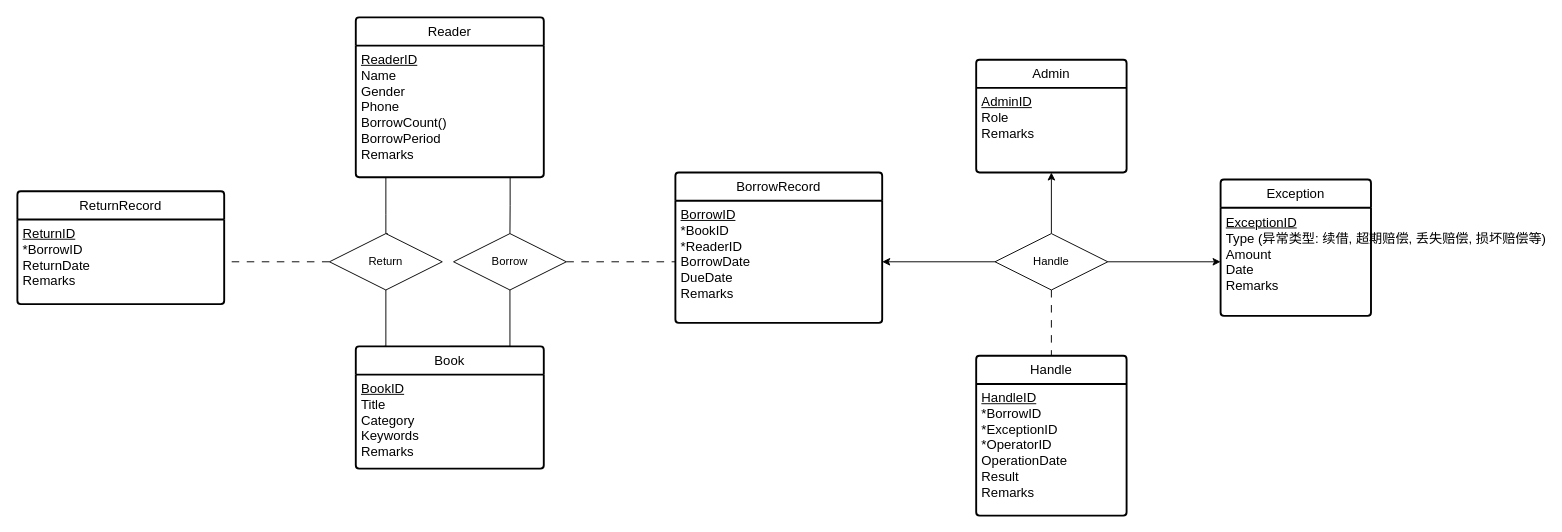
Earlier version of the draw.io diagram MyLearnings/Database/exp3_database_erd.drawio (ICONQUESTION/ICONQUESTION). Source tidied: cells renumbered, new cells numbered last; positions are measured from the earlier drawing's top-left corner, leaving out a move shared by most shapes. Both pictures are drawn from the tidied source at 94%, with x=0, y=0 at pixel (17, 17).
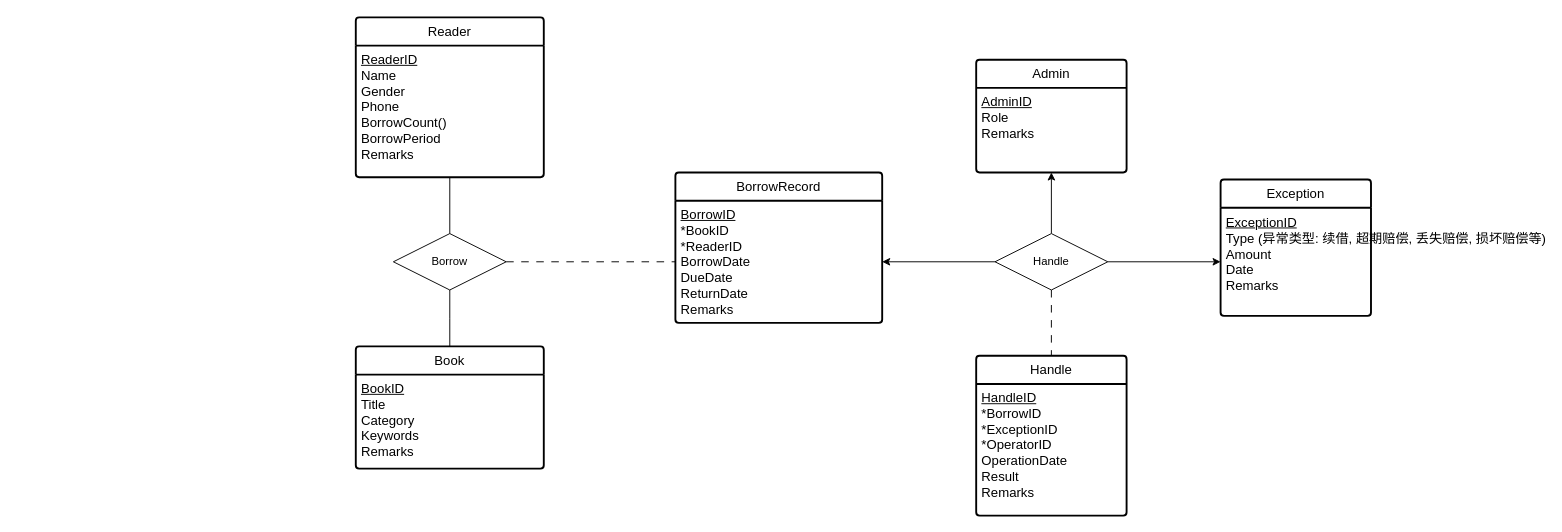
The same diagram, later.

The change refers to these unchanged cells:
```xml
<mxCell id="3" value="&lt;div&gt;&lt;span style=&quot;font-size: 14px;&quot;&gt;&lt;u&gt;ReaderID&lt;/u&gt;&lt;/span&gt;&lt;/div&gt;&lt;div&gt;&lt;span style=&quot;font-size: 14px;&quot;&gt;Name&lt;/span&gt;&lt;/div&gt;&lt;div&gt;&lt;span style=&quot;font-size: 14px;&quot;&gt;Gender&lt;/span&gt;&lt;/div&gt;&lt;div&gt;&lt;span style=&quot;font-size: 14px;&quot;&gt;Phone&lt;/span&gt;&lt;/div&gt;&lt;div&gt;&lt;span style=&quot;font-size: 14px;&quot;&gt;BorrowCount()&lt;/span&gt;&lt;/div&gt;&lt;div&gt;&lt;span style=&quot;font-size: 14px;&quot;&gt;BorrowPeriod&lt;/span&gt;&lt;/div&gt;&lt;div&gt;&lt;span style=&quot;font-size: 14px;&quot;&gt;Remarks&lt;/span&gt;&lt;/div&gt;" style="align=left;strokeColor=none;fillColor=none;spacingLeft=4;fontSize=12;verticalAlign=top;html=1;" parent="2" vertex="1">
  <mxGeometry y="30" width="200" height="140" as="geometry" />
</mxCell>
<mxCell id="9" value="Book" style="swimlane;horizontal=1;startSize=30;rounded=1;fontSize=14;fontStyle=0;strokeWidth=2;shadow=0;dashed=0;align=center;arcSize=4;whiteSpace=wrap;html=1;swimlaneLine=1;" parent="1" vertex="1">
  <mxGeometry x="360" y="350" width="200" height="130" as="geometry" />
</mxCell>
<mxCell id="11" value="BorrowRecord" style="swimlane;horizontal=1;startSize=30;rounded=1;fontSize=14;fontStyle=0;strokeWidth=2;shadow=0;dashed=0;align=center;arcSize=4;whiteSpace=wrap;html=1;" parent="1" vertex="1">
  <mxGeometry x="700" y="165" width="220" height="160" as="geometry" />
</mxCell>
```

Diff of the diagram source:
```diff
@@
     <mxCell id="4" style="edgeStyle=orthogonalEdgeStyle;rounded=0;jettySize=auto;html=1;exitX=0.5;exitY=1;exitDx=0;exitDy=0;entryX=0.5;entryY=0;entryDx=0;entryDy=0;endArrow=none;endFill=0;" parent="1" edge="1" source="7" target="9">
       <mxGeometry relative="1" as="geometry">
         <Array as="points">
-          <mxPoint x="524" y="350" />
+          <mxPoint x="460" y="320" />
+          <mxPoint x="460" y="320" />
         </Array>
       </mxGeometry>
     </mxCell>
@@
-    <mxCell id="6" style="edgeStyle=orthogonalEdgeStyle;rounded=0;jettySize=auto;html=1;endArrow=none;endFill=0;dashed=1;dashPattern=8 8;" parent="1" edge="1" source="19" target="14">
-      <mxGeometry relative="1" as="geometry" />
-    </mxCell>
     <mxCell id="7" value="Borrow" style="shape=rhombus;perimeter=rhombusPerimeter;whiteSpace=wrap;html=1;align=center;" parent="1" vertex="1">
-      <mxGeometry x="464" y="230" width="120" height="60" as="geometry" />
+      <mxGeometry x="400" y="230" width="120" height="60" as="geometry" />
     </mxCell>
-    <mxCell id="8" style="edgeStyle=orthogonalEdgeStyle;rounded=0;jettySize=auto;html=1;endArrow=none;endFill=0;exitX=0.821;exitY=0.999;exitDx=0;exitDy=0;exitPerimeter=0;" parent="1" edge="1" source="3" target="7">
+    <mxCell id="8" style="edgeStyle=orthogonalEdgeStyle;rounded=0;jettySize=auto;html=1;endArrow=none;endFill=0;exitX=0.5;exitY=1;exitDx=0;exitDy=0;" parent="1" edge="1" source="3" target="7">
       <mxGeometry relative="1" as="geometry" />
     </mxCell>
@@
-    <mxCell id="12" value="&lt;div&gt;&lt;div&gt;&lt;span style=&quot;font-size: 14px;&quot;&gt;&lt;u&gt;BorrowID&lt;/u&gt;&lt;/span&gt;&lt;/div&gt;&lt;div&gt;&lt;span style=&quot;font-size: 14px;&quot;&gt;*BookID&lt;/span&gt;&lt;/div&gt;&lt;div&gt;&lt;span style=&quot;font-size: 14px;&quot;&gt;*ReaderID&lt;/span&gt;&lt;/div&gt;&lt;div&gt;&lt;span style=&quot;font-size: 14px;&quot;&gt;BorrowDate&lt;/span&gt;&lt;/div&gt;&lt;div&gt;&lt;span style=&quot;font-size: 14px;&quot;&gt;DueDate&lt;/span&gt;&lt;/div&gt;&lt;div&gt;&lt;span style=&quot;font-size: 14px;&quot;&gt;Remarks&lt;/span&gt;&lt;/div&gt;&lt;/div&gt;" style="align=left;strokeColor=none;fillColor=none;spacingLeft=4;fontSize=12;verticalAlign=top;html=1;" parent="11" vertex="1">
+    <mxCell id="12" value="&lt;div&gt;&lt;div&gt;&lt;span style=&quot;font-size: 14px;&quot;&gt;&lt;u&gt;BorrowID&lt;/u&gt;&lt;/span&gt;&lt;/div&gt;&lt;div&gt;&lt;span style=&quot;font-size: 14px;&quot;&gt;*BookID&lt;/span&gt;&lt;/div&gt;&lt;div&gt;&lt;span style=&quot;font-size: 14px;&quot;&gt;*ReaderID&lt;/span&gt;&lt;/div&gt;&lt;div&gt;&lt;span style=&quot;font-size: 14px;&quot;&gt;BorrowDate&lt;/span&gt;&lt;/div&gt;&lt;div&gt;&lt;span style=&quot;font-size: 14px;&quot;&gt;DueDate&lt;/span&gt;&lt;/div&gt;&lt;div&gt;&lt;div&gt;&lt;span style=&quot;font-size: 14px;&quot;&gt;ReturnDate&lt;/span&gt;&lt;/div&gt;&lt;/div&gt;&lt;div&gt;&lt;span style=&quot;font-size: 14px;&quot;&gt;Remarks&lt;/span&gt;&lt;/div&gt;&lt;/div&gt;" style="align=left;strokeColor=none;fillColor=none;spacingLeft=4;fontSize=12;verticalAlign=top;html=1;" parent="11" vertex="1">
       <mxGeometry y="30" width="220" height="130" as="geometry" />
     </mxCell>
-    <mxCell id="13" value="ReturnRecord" style="swimlane;horizontal=1;startSize=30;rounded=1;fontSize=14;fontStyle=0;strokeWidth=2;shadow=0;dashed=0;align=center;arcSize=4;whiteSpace=wrap;html=1;" parent="1" vertex="1">
-      <mxGeometry y="185" width="220" height="120" as="geometry" />
-    </mxCell>
-    <mxCell id="14" value="&lt;div&gt;&lt;span style=&quot;font-size: 14px;&quot;&gt;&lt;u&gt;ReturnID&lt;/u&gt;&lt;/span&gt;&lt;/div&gt;&lt;div&gt;&lt;span style=&quot;font-size: 14px;&quot;&gt;*BorrowID&lt;/span&gt;&lt;/div&gt;&lt;div&gt;&lt;span style=&quot;font-size: 14px;&quot;&gt;ReturnDate&lt;/span&gt;&lt;/div&gt;&lt;div&gt;&lt;span style=&quot;font-size: 14px;&quot;&gt;Remarks&lt;/span&gt;&lt;/div&gt;&lt;div&gt;&lt;br&gt;&lt;/div&gt;" style="align=left;strokeColor=none;fillColor=none;spacingLeft=4;fontSize=12;verticalAlign=top;html=1;" parent="13" vertex="1">
-      <mxGeometry y="30" width="220" height="90" as="geometry" />
-    </mxCell>
@@
-    <mxCell id="17" style="edgeStyle=orthogonalEdgeStyle;rounded=0;orthogonalLoop=1;jettySize=auto;html=1;exitX=0.5;exitY=0;exitDx=0;exitDy=0;endArrow=none;endFill=0;" parent="1" edge="1">
-      <mxGeometry relative="1" as="geometry">
-        <mxPoint x="394" y="230" as="sourcePoint" />
-        <mxPoint x="392" y="170" as="targetPoint" />
-        <Array as="points">
-          <mxPoint x="392" y="210" />
-          <mxPoint x="392" y="210" />
-        </Array>
-      </mxGeometry>
-    </mxCell>
-    <mxCell id="18" style="edgeStyle=orthogonalEdgeStyle;rounded=0;jettySize=auto;html=1;exitX=0.5;exitY=1;exitDx=0;exitDy=0;endArrow=none;endFill=0;" parent="1" edge="1" source="19">
-      <mxGeometry relative="1" as="geometry">
-        <mxPoint x="390" y="350" as="targetPoint" />
-        <Array as="points">
-          <mxPoint x="390" y="350" />
-        </Array>
-      </mxGeometry>
-    </mxCell>
-    <mxCell id="19" value="Return" style="shape=rhombus;perimeter=rhombusPerimeter;whiteSpace=wrap;html=1;align=center;" parent="1" vertex="1">
-      <mxGeometry x="332" y="230" width="120" height="60" as="geometry" />
-    </mxCell>
```
